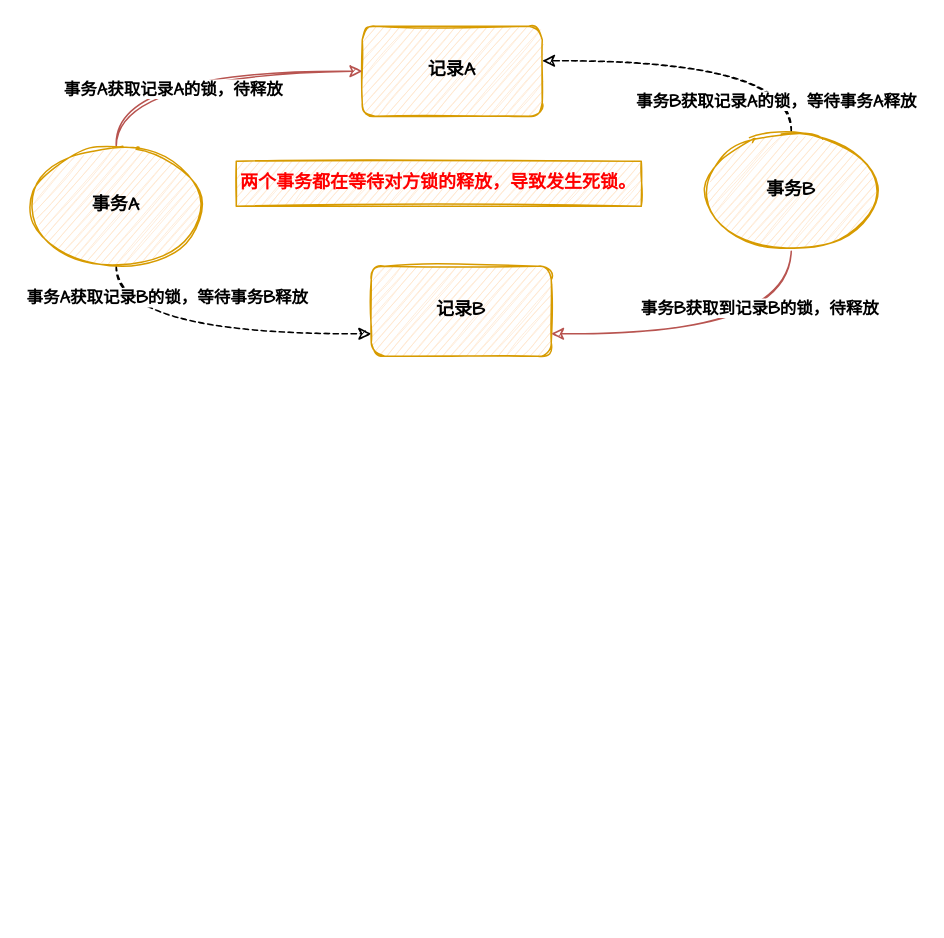
The draw.io diagram diagrams_相关草图/死锁.drawio in rainforests719/csharp.learning.growth.path, before the edit. Source tidied: cells renumbered, new cells numbered last; positions are measured from the earlier drawing's top-left corner, leaving out a move shared by most shapes. Both pictures are drawn from the tidied source at 150%, with x=0, y=0 at pixel (26, 26).
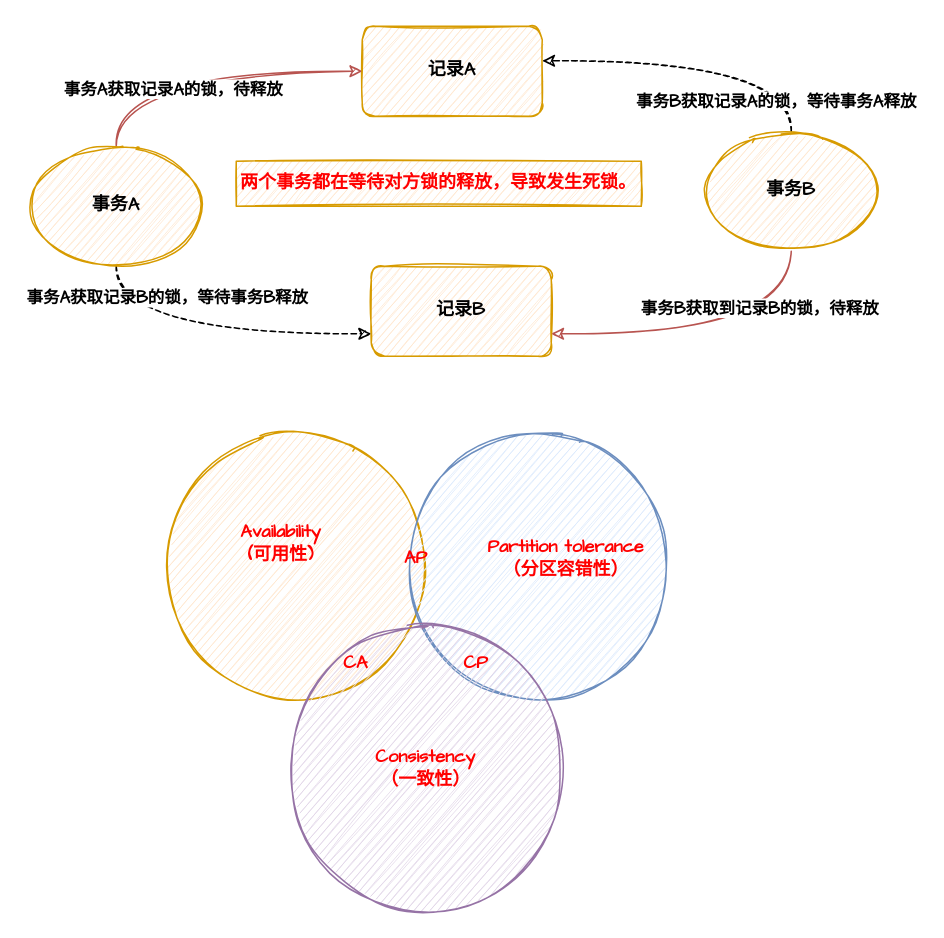
The same page after the edit.

What changed in the source:
```diff
@@
+    <mxCell id="15" style="ellipse;whiteSpace=wrap;html=1;sketch=1;fontFamily=Comic Sans MS;fillColor=#ffe6cc;strokeColor=#d79b00;" parent="1" vertex="1">
+      <mxGeometry x="90" y="270" width="180" height="180" as="geometry" />
+    </mxCell>
+    <mxCell id="16" style="ellipse;whiteSpace=wrap;html=1;sketch=1;fontFamily=Comic Sans MS;fillColor=#dae8fc;strokeColor=#6c8ebf;" parent="1" vertex="1">
+      <mxGeometry x="251" y="270" width="180" height="180" as="geometry" />
+    </mxCell>
+    <mxCell id="17" style="ellipse;whiteSpace=wrap;html=1;sketch=1;fontFamily=Comic Sans MS;fillColor=#e1d5e7;strokeColor=#9673a6;" parent="1" vertex="1">
+      <mxGeometry x="171.5" y="400" width="190" height="190" as="geometry" />
+    </mxCell>
+    <mxCell id="18" value="CA" style="text;html=1;strokeColor=none;fillColor=none;align=center;verticalAlign=middle;whiteSpace=wrap;rounded=0;sketch=1;fontFamily=Comic Sans MS;fontColor=#FF0000;fontStyle=1;" parent="1" vertex="1">
+      <mxGeometry x="190" y="410" width="60" height="30" as="geometry" />
+    </mxCell>
+    <mxCell id="19" value="&lt;b&gt;CP&lt;/b&gt;" style="text;html=1;strokeColor=none;fillColor=none;align=center;verticalAlign=middle;whiteSpace=wrap;rounded=0;sketch=1;fontFamily=Comic Sans MS;fontColor=#FF0000;" parent="1" vertex="1">
+      <mxGeometry x="270" y="410" width="60" height="30" as="geometry" />
+    </mxCell>
+    <mxCell id="20" value="&lt;b&gt;AP&lt;/b&gt;" style="text;html=1;strokeColor=none;fillColor=none;align=center;verticalAlign=middle;whiteSpace=wrap;rounded=0;sketch=1;fontFamily=Comic Sans MS;fontColor=#FF0000;" parent="1" vertex="1">
+      <mxGeometry x="230" y="340" width="60" height="30" as="geometry" />
+    </mxCell>
+    <mxCell id="21" value="&lt;b&gt;Availability&lt;br&gt;(可用性)&lt;/b&gt;" style="text;html=1;strokeColor=none;fillColor=none;align=center;verticalAlign=middle;whiteSpace=wrap;rounded=0;sketch=1;fontFamily=Comic Sans MS;fontColor=#FF0000;" parent="1" vertex="1">
+      <mxGeometry x="140" y="330" width="60" height="30" as="geometry" />
+    </mxCell>
+    <mxCell id="22" value="Partition tolerance&lt;br&gt;（分区容错性）" style="text;html=1;strokeColor=none;fillColor=none;align=center;verticalAlign=middle;whiteSpace=wrap;rounded=0;sketch=1;fontFamily=Comic Sans MS;fontColor=#FF0000;fontStyle=1;" parent="1" vertex="1">
+      <mxGeometry x="300" y="340" width="120" height="30" as="geometry" />
+    </mxCell>
+    <mxCell id="23" value="Consistency&lt;br&gt;（一致性）" style="text;html=1;strokeColor=none;fillColor=none;align=center;verticalAlign=middle;whiteSpace=wrap;rounded=0;sketch=1;fontFamily=Comic Sans MS;fontColor=#FF0000;fontStyle=1;" parent="1" vertex="1">
+      <mxGeometry x="224" y="480" width="85" height="30" as="geometry" />
+    </mxCell>
```
